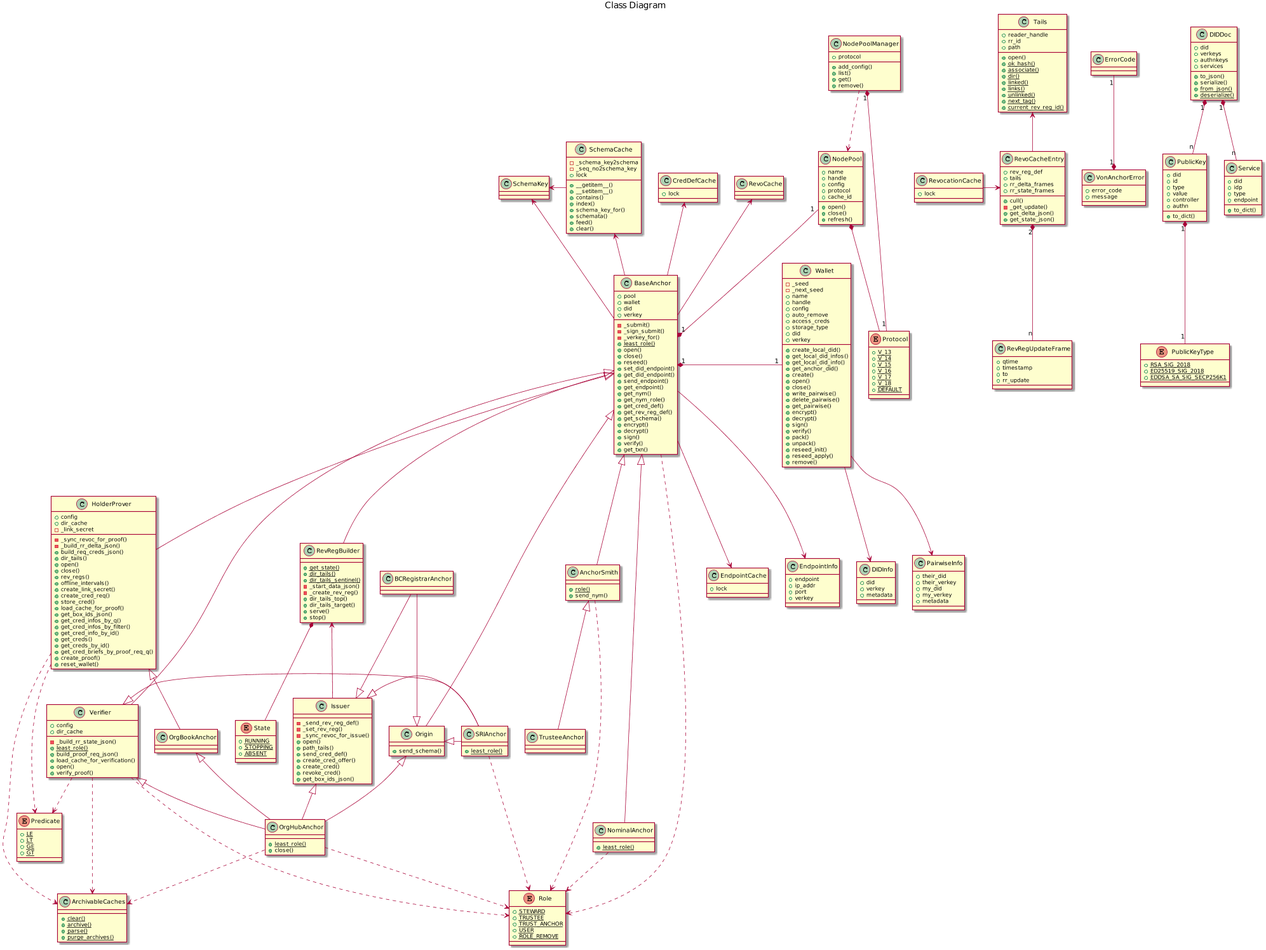
Before: docs/source/pic/class.png, a diagram exported from PlantUML (PSPC-SPAC-buyandsell/von_anchor).
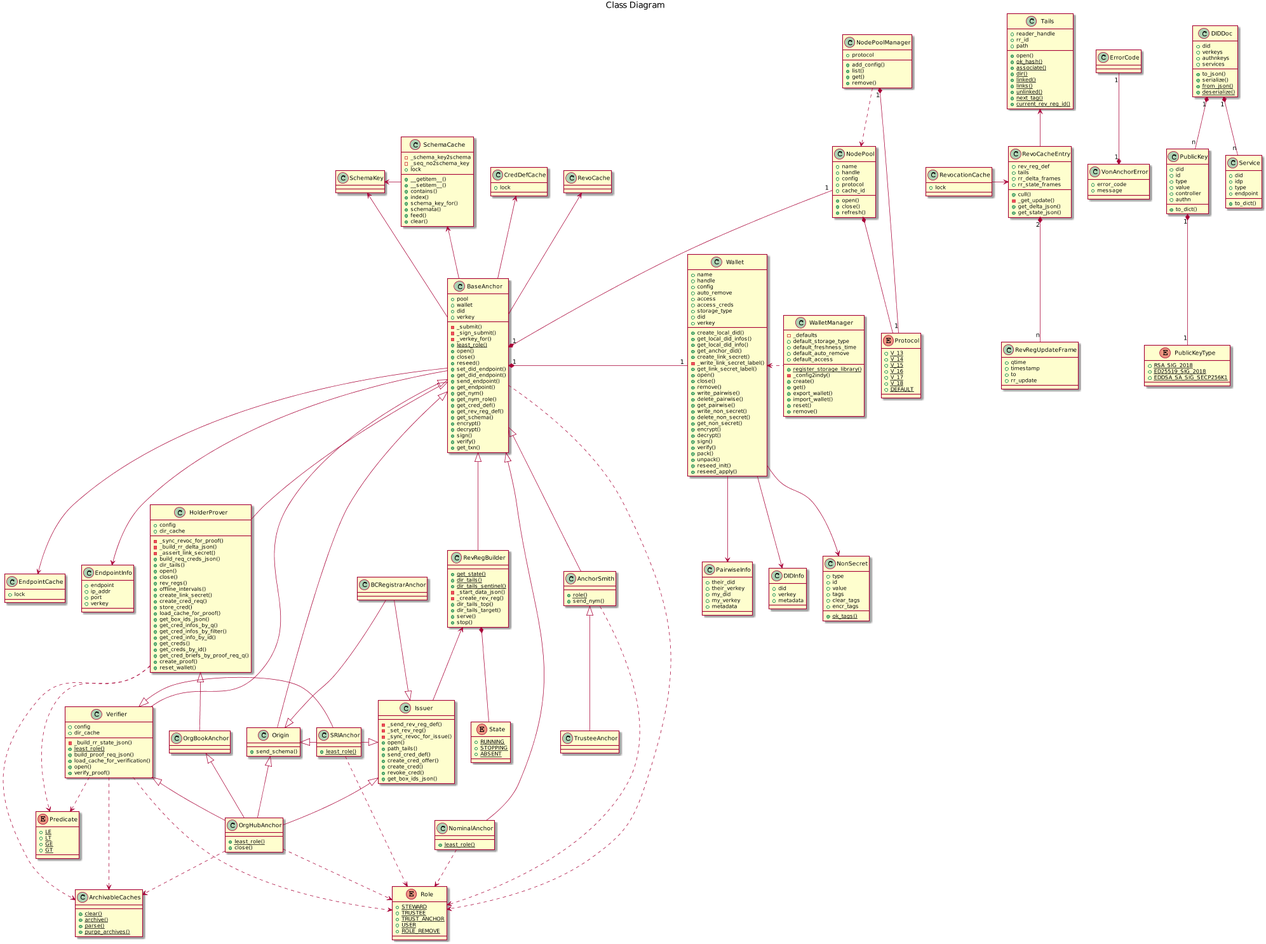
After the change.

What changed in the source:
```diff
@@ -81,13 +81,28 @@
     {static} +purge_archives()
 }
 
+class WalletManager {
+    {static} +register_storage_library()
+    -_defaults
+    +default_storage_type
+    +default_freshness_time
+    +default_auto_remove
+    +default_access
+    -_config2indy()
+    +create()
+    +get()
+    +export_wallet()
+    +import_wallet()
+    +reset()
+    +remove()
+}
+
 class Wallet {
-    -_seed
-    -_next_seed
     +name
     +handle
     +config
     +auto_remove
+    +access
     +access_creds
     +storage_type
     +did
@@ -96,12 +111,18 @@
     +get_local_did_infos()
     +get_local_did_info()
     +get_anchor_did()
-    +create()
+    +create_link_secret()
+    -_write_link_secret_label()
+    +get_link_secret_label()
     +open()
     +close()
+    +remove()
     +write_pairwise()
     +delete_pairwise()
     +get_pairwise()
+    +write_non_secret()
+    +delete_non_secret()
+    +get_non_secret()
     +encrypt()
     +decrypt()
     +sign()
@@ -110,13 +131,22 @@
     +unpack()
     +reseed_init()
     +reseed_apply()
-    +remove()
 }
 
 class DIDInfo {
     +did
     +verkey
     +metadata
+}
+
+class NonSecret {
+    {static} +ok_tags()
+    +type
+    +id
+    +value
+    +tags
+    +clear_tags
+    +encr_tags
 }
 
 class PairwiseInfo {
@@ -249,9 +279,9 @@
 class HolderProver {
     +config
     +dir_cache
-    -_link_secret
     -_sync_revoc_for_proof()
     -_build_rr_delta_json()
+    -_assert_link_secret()
     +build_req_creds_json()
     +dir_tails()
     +open()
@@ -359,8 +389,11 @@
 RevoCacheEntry "2" *-down- "n" RevRegUpdateFrame
 RevocationCache -> RevoCacheEntry
 
+WalletManager .left.> Wallet
+
 Wallet --> DIDInfo
 Wallet --> PairwiseInfo
+Wallet --> NonSecret
 
 BaseAnchor --> EndpointInfo
 
```
